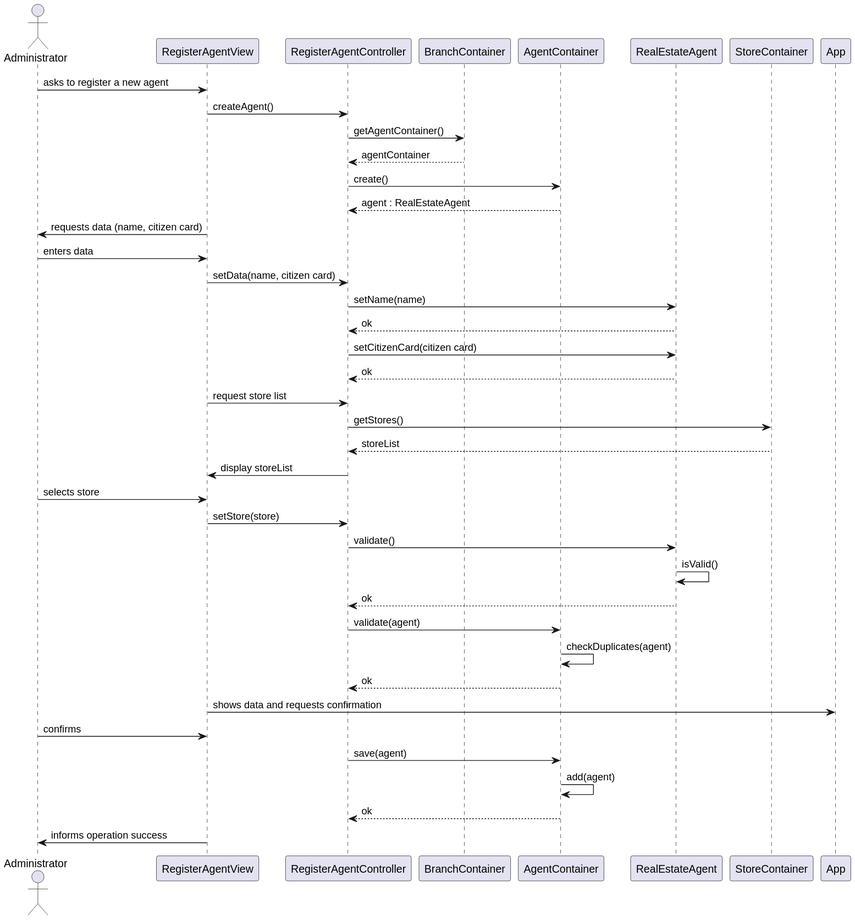
Before: docs/Sprint2/US11/US11-SD.svg, a diagram exported from PlantUML (goncalomaia18/leti-esoft-24-25-A2).
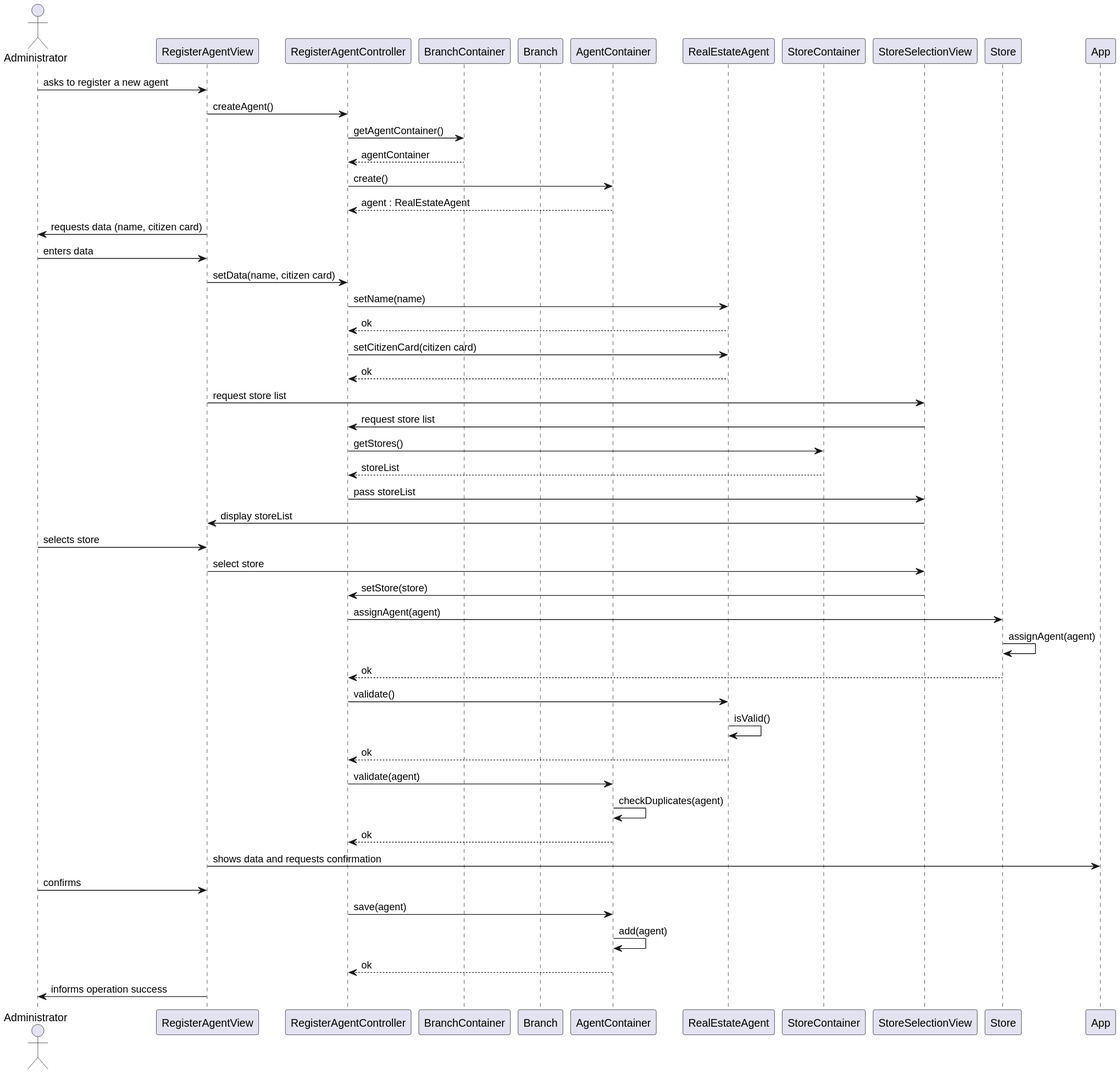
The same file after the commit.

The edit, as a diff of the source:
```diff
@@ -1,56 +1,65 @@
 @startuml
-    hide circle
-        skinparam classAttributeIconSize 0
+hide circle
+skinparam classAttributeIconSize 0
 
-        actor Administrator
+actor Administrator
 
-        participant RegisterAgentView
-        participant RegisterAgentController
-        participant BranchContainer
-        participant AgentContainer
-        participant RealEstateAgent
-        participant StoreContainer
+participant RegisterAgentView
+participant RegisterAgentController
+participant BranchContainer
+participant Branch
+participant AgentContainer
+participant RealEstateAgent
+participant StoreContainer
+participant StoreSelectionView
+participant Store
 
-        Administrator -> RegisterAgentView : asks to register a new agent
-        RegisterAgentView -> RegisterAgentController : createAgent()
+Administrator -> RegisterAgentView : asks to register a new agent
+RegisterAgentView -> RegisterAgentController : createAgent()
 
-        RegisterAgentController -> BranchContainer : getAgentContainer()
-        BranchContainer --> RegisterAgentController : agentContainer
+RegisterAgentController -> BranchContainer : getAgentContainer()
+BranchContainer --> RegisterAgentController : agentContainer
 
-        RegisterAgentController -> AgentContainer : create()
-        AgentContainer --> RegisterAgentController : agent : RealEstateAgent
+RegisterAgentController -> AgentContainer : create()
+AgentContainer --> RegisterAgentController : agent : RealEstateAgent
 
-        RegisterAgentView -> Administrator : requests data (name, citizen card)
-        Administrator -> RegisterAgentView : enters data
+RegisterAgentView -> Administrator : requests data (name, citizen card)
+Administrator -> RegisterAgentView : enters data
 
-        RegisterAgentView -> RegisterAgentController : setData(name, citizen card)
-        RegisterAgentController -> RealEstateAgent : setName(name)
-        RealEstateAgent --> RegisterAgentController : ok
-        RegisterAgentController -> RealEstateAgent : setCitizenCard(citizen card)
-        RealEstateAgent --> RegisterAgentController : ok
+RegisterAgentView -> RegisterAgentController : setData(name, citizen card)
+RegisterAgentController -> RealEstateAgent : setName(name)
+RealEstateAgent --> RegisterAgentController : ok
+RegisterAgentController -> RealEstateAgent : setCitizenCard(citizen card)
+RealEstateAgent --> RegisterAgentController : ok
 
-        RegisterAgentView -> RegisterAgentController : request store list
-        RegisterAgentController -> StoreContainer : getStores()
-        StoreContainer --> RegisterAgentController : storeList
-        RegisterAgentController -> RegisterAgentView : display storeList
+RegisterAgentView -> StoreSelectionView : request store list
+StoreSelectionView -> RegisterAgentController : request store list
+RegisterAgentController -> StoreContainer : getStores()
+StoreContainer --> RegisterAgentController : storeList
+RegisterAgentController -> StoreSelectionView : pass storeList
+StoreSelectionView -> RegisterAgentView : display storeList
 
-        Administrator -> RegisterAgentView : selects store
-        RegisterAgentView -> RegisterAgentController : setStore(store)
+Administrator -> RegisterAgentView : selects store
+RegisterAgentView -> StoreSelectionView : select store
+StoreSelectionView -> RegisterAgentController : setStore(store)
+RegisterAgentController -> Store : assignAgent(agent)
+Store -> Store : assignAgent(agent)
+Store --> RegisterAgentController : ok
 
-        RegisterAgentController -> RealEstateAgent : validate()
-        RealEstateAgent -> RealEstateAgent : isValid()
-        RealEstateAgent --> RegisterAgentController : ok
+RegisterAgentController -> RealEstateAgent : validate()
+RealEstateAgent -> RealEstateAgent : isValid()
+RealEstateAgent --> RegisterAgentController : ok
 
-        RegisterAgentController -> AgentContainer : validate(agent)
-        AgentContainer -> AgentContainer : checkDuplicates(agent)
-        AgentContainer --> RegisterAgentController : ok
+RegisterAgentController -> AgentContainer : validate(agent)
+AgentContainer -> AgentContainer : checkDuplicates(agent)
+AgentContainer --> RegisterAgentController : ok
 
-        RegisterAgentView -> App : shows data and requests confirmation
-        Administrator -> RegisterAgentView : confirms
+RegisterAgentView -> App : shows data and requests confirmation
+Administrator -> RegisterAgentView : confirms
 
-        RegisterAgentController -> AgentContainer : save(agent)
-        AgentContainer -> AgentContainer : add(agent)
-        AgentContainer --> RegisterAgentController : ok
+RegisterAgentController -> AgentContainer : save(agent)
+AgentContainer -> AgentContainer : add(agent)
+AgentContainer --> RegisterAgentController : ok
 
-        RegisterAgentView -> Administrator : informs operation success
-    @enduml
+RegisterAgentView -> Administrator : informs operation success
+@enduml
```
